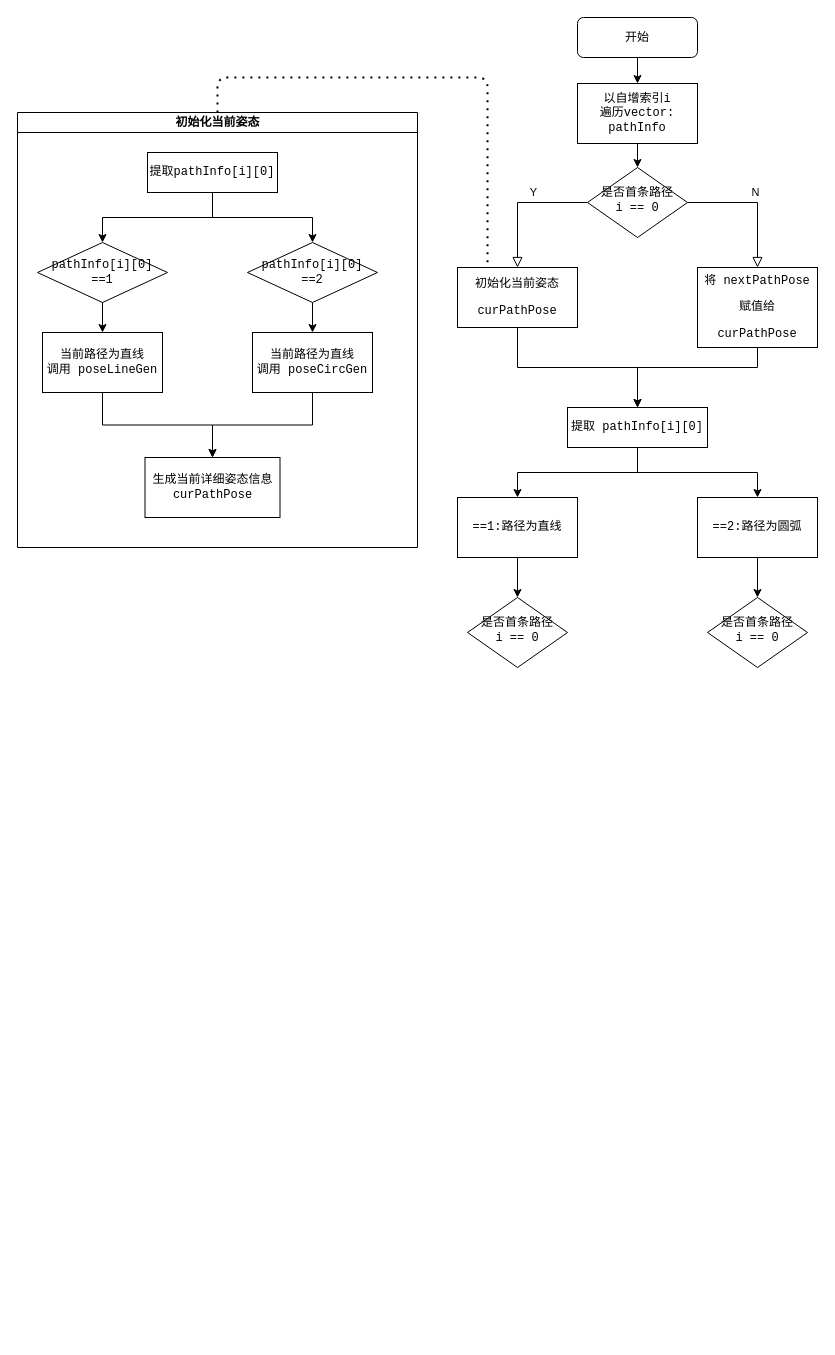
Earlier version of the draw.io diagram Untitled Diagram.drawio (liujj05/flowChart). Source tidied: cells renumbered, new cells numbered last; positions are measured from the earlier drawing's top-left corner, leaving out a move shared by most shapes. Both pictures are drawn from the tidied source at 100%, with x=0, y=0 at pixel (17, 17).
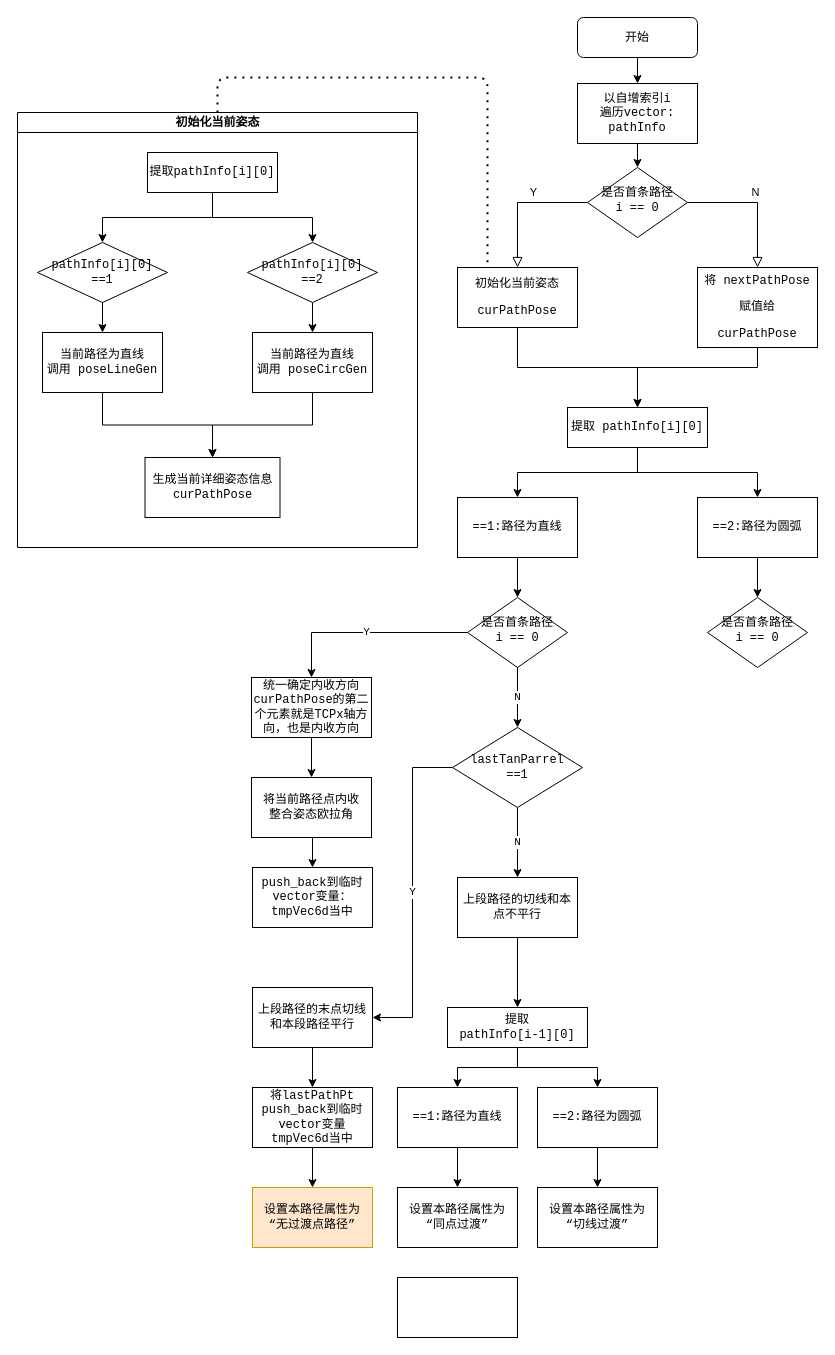
The same diagram, later.

Unchanged cells that the change refers to:
```xml
<mxCell id="34" value="是否首条路径&lt;br&gt;i == 0" style="rhombus;whiteSpace=wrap;html=1;shadow=0;fontFamily=Courier New;fontSize=12;align=center;strokeWidth=1;spacing=6;spacingTop=-4;" parent="1" vertex="1">
  <mxGeometry x="450" y="580" width="100" height="70" as="geometry" />
</mxCell>
```

Change to the diagram source:
```diff
@@
+    <mxCell id="36" value="Y" style="edgeStyle=orthogonalEdgeStyle;rounded=0;jettySize=auto;html=1;exitX=0;exitY=0.5;exitDx=0;exitDy=0;entryX=0.5;entryY=0;entryDx=0;entryDy=0;fontFamily=Courier New;" parent="1" edge="1" source="34" target="39">
+      <mxGeometry relative="1" as="geometry" />
+    </mxCell>
+    <mxCell id="37" value="N" style="edgeStyle=orthogonalEdgeStyle;rounded=0;jettySize=auto;html=1;exitX=0.5;exitY=1;exitDx=0;exitDy=0;entryX=0.5;entryY=0;entryDx=0;entryDy=0;fontFamily=Courier New;" parent="1" edge="1" source="34" target="45">
+      <mxGeometry relative="1" as="geometry" />
+    </mxCell>
@@
+    <mxCell id="38" style="edgeStyle=orthogonalEdgeStyle;rounded=0;jettySize=auto;html=1;exitX=0.5;exitY=1;exitDx=0;exitDy=0;entryX=0.5;entryY=0;entryDx=0;entryDy=0;fontFamily=Courier New;" parent="1" edge="1" source="39" target="41">
+      <mxGeometry relative="1" as="geometry" />
+    </mxCell>
+    <mxCell id="39" value="统一确定内收方向&lt;br&gt;curPathPose的第二个元素就是TCPx轴方向，也是内收方向" style="rounded=0;whiteSpace=wrap;html=1;fontFamily=Courier New;" parent="1" vertex="1">
+      <mxGeometry x="234" y="660" width="120" height="60" as="geometry" />
+    </mxCell>
+    <mxCell id="40" style="edgeStyle=orthogonalEdgeStyle;rounded=0;jettySize=auto;html=1;exitX=0.5;exitY=1;exitDx=0;exitDy=0;entryX=0.5;entryY=0;entryDx=0;entryDy=0;fontFamily=Courier New;" parent="1" edge="1" source="41" target="42">
+      <mxGeometry relative="1" as="geometry" />
+    </mxCell>
+    <mxCell id="41" value="将当前路径点内收&lt;br&gt;整合姿态欧拉角" style="rounded=0;whiteSpace=wrap;html=1;fontFamily=Courier New;" parent="1" vertex="1">
+      <mxGeometry x="234" y="760" width="120" height="60" as="geometry" />
+    </mxCell>
+    <mxCell id="42" value="push_back到临时vector变量：tmpVec6d当中" style="rounded=0;whiteSpace=wrap;html=1;fontFamily=Courier New;" parent="1" vertex="1">
+      <mxGeometry x="235" y="850" width="120" height="60" as="geometry" />
+    </mxCell>
+    <mxCell id="43" value="Y" style="edgeStyle=orthogonalEdgeStyle;rounded=0;jettySize=auto;html=1;exitX=0;exitY=0.5;exitDx=0;exitDy=0;entryX=1;entryY=0.5;entryDx=0;entryDy=0;fontFamily=Courier New;" parent="1" edge="1" source="45" target="47">
+      <mxGeometry relative="1" as="geometry" />
+    </mxCell>
+    <mxCell id="44" value="N" style="edgeStyle=orthogonalEdgeStyle;rounded=0;jettySize=auto;html=1;exitX=0.5;exitY=1;exitDx=0;exitDy=0;entryX=0.5;entryY=0;entryDx=0;entryDy=0;fontFamily=Courier New;" parent="1" edge="1" source="45" target="49">
+      <mxGeometry relative="1" as="geometry" />
+    </mxCell>
+    <mxCell id="45" value="lastTanParrel&lt;br&gt;==1" style="rhombus;whiteSpace=wrap;html=1;fontFamily=Courier New;" parent="1" vertex="1">
+      <mxGeometry x="435" y="710" width="130" height="80" as="geometry" />
+    </mxCell>
+    <mxCell id="46" style="edgeStyle=orthogonalEdgeStyle;rounded=0;jettySize=auto;html=1;exitX=0.5;exitY=1;exitDx=0;exitDy=0;entryX=0.5;entryY=0;entryDx=0;entryDy=0;fontFamily=Courier New;" parent="1" edge="1" source="47" target="51">
+      <mxGeometry relative="1" as="geometry" />
+    </mxCell>
+    <mxCell id="47" value="上段路径的末点切线和本段路径平行" style="rounded=0;whiteSpace=wrap;html=1;fontFamily=Courier New;" parent="1" vertex="1">
+      <mxGeometry x="235" y="970" width="120" height="60" as="geometry" />
+    </mxCell>
+    <mxCell id="48" style="edgeStyle=orthogonalEdgeStyle;rounded=0;jettySize=auto;html=1;exitX=0.5;exitY=1;exitDx=0;exitDy=0;entryX=0.5;entryY=0;entryDx=0;entryDy=0;fontFamily=Courier New;" parent="1" edge="1" source="49" target="55">
+      <mxGeometry relative="1" as="geometry" />
+    </mxCell>
+    <mxCell id="49" value="上段路径的切线和本点不平行" style="rounded=0;whiteSpace=wrap;html=1;fontFamily=Courier New;" parent="1" vertex="1">
+      <mxGeometry x="440" y="860" width="120" height="60" as="geometry" />
+    </mxCell>
+    <mxCell id="50" style="edgeStyle=orthogonalEdgeStyle;rounded=0;jettySize=auto;html=1;exitX=0.5;exitY=1;exitDx=0;exitDy=0;entryX=0.5;entryY=0;entryDx=0;entryDy=0;fontFamily=Courier New;" parent="1" edge="1" source="51" target="52">
+      <mxGeometry relative="1" as="geometry" />
+    </mxCell>
+    <mxCell id="51" value="将lastPathPt&lt;br&gt;push_back到临时vector变量 tmpVec6d当中" style="rounded=0;whiteSpace=wrap;html=1;fontFamily=Courier New;" parent="1" vertex="1">
+      <mxGeometry x="235" y="1070" width="120" height="60" as="geometry" />
+    </mxCell>
+    <mxCell id="52" value="设置本路径属性为&lt;br&gt;“无过渡点路径”" style="rounded=0;whiteSpace=wrap;html=1;fontFamily=Courier New;fillColor=#ffe6cc;strokeColor=#d79b00;" parent="1" vertex="1">
+      <mxGeometry x="235" y="1170" width="120" height="60" as="geometry" />
+    </mxCell>
+    <mxCell id="53" style="edgeStyle=orthogonalEdgeStyle;rounded=0;jettySize=auto;html=1;exitX=0.5;exitY=1;exitDx=0;exitDy=0;entryX=0.5;entryY=0;entryDx=0;entryDy=0;fontFamily=Courier New;" parent="1" edge="1" source="55" target="57">
+      <mxGeometry relative="1" as="geometry" />
+    </mxCell>
+    <mxCell id="54" style="edgeStyle=orthogonalEdgeStyle;rounded=0;jettySize=auto;html=1;exitX=0.5;exitY=1;exitDx=0;exitDy=0;entryX=0.5;entryY=0;entryDx=0;entryDy=0;fontFamily=Courier New;" parent="1" edge="1" source="55" target="59">
+      <mxGeometry relative="1" as="geometry" />
+    </mxCell>
+    <mxCell id="55" value="提取 &lt;br&gt;pathInfo[i-1][0]" style="rounded=0;whiteSpace=wrap;html=1;fontFamily=Courier New;" parent="1" vertex="1">
+      <mxGeometry x="430" y="990" width="140" height="40" as="geometry" />
+    </mxCell>
+    <mxCell id="56" style="edgeStyle=orthogonalEdgeStyle;rounded=0;jettySize=auto;html=1;exitX=0.5;exitY=1;exitDx=0;exitDy=0;entryX=0.5;entryY=0;entryDx=0;entryDy=0;fontFamily=Courier New;" parent="1" edge="1" source="57" target="60">
+      <mxGeometry relative="1" as="geometry" />
+    </mxCell>
+    <mxCell id="57" value="==1:路径为直线" style="rounded=0;whiteSpace=wrap;html=1;fontFamily=Courier New;" parent="1" vertex="1">
+      <mxGeometry x="380" y="1070" width="120" height="60" as="geometry" />
+    </mxCell>
+    <mxCell id="58" style="edgeStyle=orthogonalEdgeStyle;rounded=0;jettySize=auto;html=1;exitX=0.5;exitY=1;exitDx=0;exitDy=0;entryX=0.5;entryY=0;entryDx=0;entryDy=0;fontFamily=Courier New;" parent="1" edge="1" source="59" target="61">
+      <mxGeometry relative="1" as="geometry" />
+    </mxCell>
+    <mxCell id="59" value="==2:路径为圆弧" style="rounded=0;whiteSpace=wrap;html=1;fontFamily=Courier New;" parent="1" vertex="1">
+      <mxGeometry x="520" y="1070" width="120" height="60" as="geometry" />
+    </mxCell>
+    <mxCell id="60" value="设置本路径属性为&lt;br&gt;“同点过渡”" style="rounded=0;whiteSpace=wrap;html=1;fontFamily=Courier New;" parent="1" vertex="1">
+      <mxGeometry x="380" y="1170" width="120" height="60" as="geometry" />
+    </mxCell>
+    <mxCell id="61" value="设置本路径属性为&lt;br&gt;“切线过渡”" style="rounded=0;whiteSpace=wrap;html=1;fontFamily=Courier New;" parent="1" vertex="1">
+      <mxGeometry x="520" y="1170" width="120" height="60" as="geometry" />
+    </mxCell>
+    <mxCell id="62" style="rounded=0;whiteSpace=wrap;html=1;fontFamily=Courier New;" parent="1" vertex="1">
+      <mxGeometry x="380" y="1260" width="120" height="60" as="geometry" />
+    </mxCell>
```
